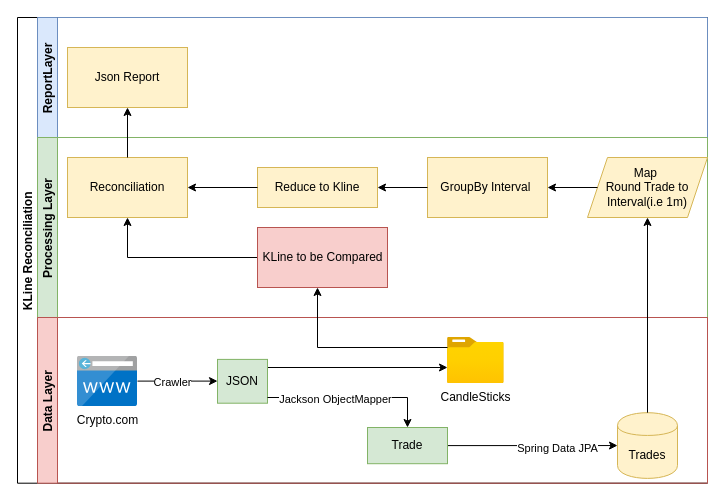
Above: KLineReconFlow.drawio in hjhan/kline (draw.io), before the change. Source tidied: cells renumbered, new cells numbered last; positions are measured from the earlier drawing's top-left corner, leaving out a move shared by most shapes. Both pictures are drawn from the tidied source at 100%, with x=0, y=0 at pixel (17, 17).
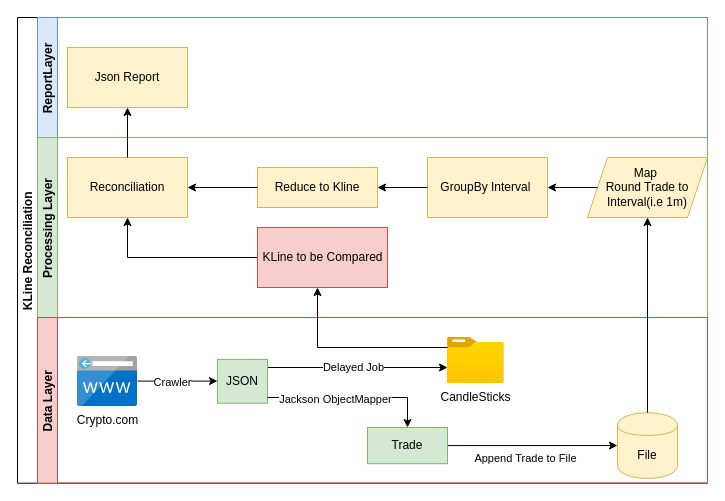
The same page after the edit.

Commit message (it also covers changes not shown here):
Add Design Diagram

Unchanged cells that the change refers to:
```xml
<mxCell id="15" value="Data Layer" style="swimlane;startSize=20;horizontal=0;fillColor=#f8cecc;strokeColor=#b85450;" parent="2" vertex="1">
  <mxGeometry x="20" y="300" width="670" height="165.7" as="geometry" />
</mxCell>
<mxCell id="18" style="edgeStyle=orthogonalEdgeStyle;rounded=0;jettySize=auto;html=1;exitX=1;exitY=0.25;exitDx=0;exitDy=0;" parent="15" edge="1" source="19" target="20">
  <mxGeometry relative="1" as="geometry">
    <Array as="points">
      <mxPoint x="230" y="50" />
    </Array>
  </mxGeometry>
</mxCell>
<mxCell id="25" value="Trade" style="whiteSpace=wrap;html=1;verticalAlign=middle;strokeColor=#82b366;fillColor=#d5e8d4;labelBackgroundColor=none;" parent="15" vertex="1">
  <mxGeometry x="330" y="110" width="80" height="36.2" as="geometry" />
</mxCell>
```

The edit, as a diff of the source:
```diff
@@
-    <mxCell id="17" value="Trades" style="shape=cylinder;whiteSpace=wrap;html=1;boundedLbl=1;backgroundOutline=1;verticalAlign=middle;labelBackgroundColor=none;fillColor=#fff2cc;strokeColor=#d6b656;" parent="15" vertex="1">
+    <mxCell id="17" value="File" style="shape=cylinder;whiteSpace=wrap;html=1;boundedLbl=1;backgroundOutline=1;verticalAlign=middle;labelBackgroundColor=none;fillColor=#fff2cc;strokeColor=#d6b656;" parent="15" vertex="1">
       <mxGeometry x="580" y="95.2" width="60" height="65.7" as="geometry" />
     </mxCell>
@@
+    <mxCell id="31" value="Delayed Job" style="edgeLabel;html=1;align=center;verticalAlign=middle;" parent="18" vertex="1">
+      <mxGeometry x="-0.04" y="1" relative="1" as="geometry" />
+    </mxCell>
@@
-    <mxCell id="23" style="edgeStyle=orthogonalEdgeStyle;rounded=0;jettySize=auto;html=1;exitX=1;exitY=0.5;exitDx=0;exitDy=0;entryX=0;entryY=0.5;entryDx=0;entryDy=0;" parent="15" edge="1" source="25" target="17">
+    <mxCell id="23" style="edgeStyle=orthogonalEdgeStyle;rounded=0;jettySize=auto;html=1;exitX=1;exitY=0.5;exitDx=0;exitDy=0;entryX=0;entryY=0.5;entryDx=0;entryDy=0;labelBackgroundColor=none;" parent="15" edge="1" source="25" target="17">
       <mxGeometry relative="1" as="geometry" />
     </mxCell>
-    <mxCell id="24" value="Spring Data JPA" style="edgeLabel;html=1;align=center;verticalAlign=middle;" parent="23" vertex="1">
-      <mxGeometry x="0.28" y="-2" relative="1" as="geometry" />
+    <mxCell id="24" value="Append Trade to File&amp;nbsp;&amp;nbsp;" style="edgeLabel;html=1;align=center;verticalAlign=middle;" parent="23" vertex="1">
+      <mxGeometry x="0.28" y="-2" relative="1" as="geometry">
+        <mxPoint x="-29" y="10" as="offset" />
+      </mxGeometry>
     </mxCell>
```
